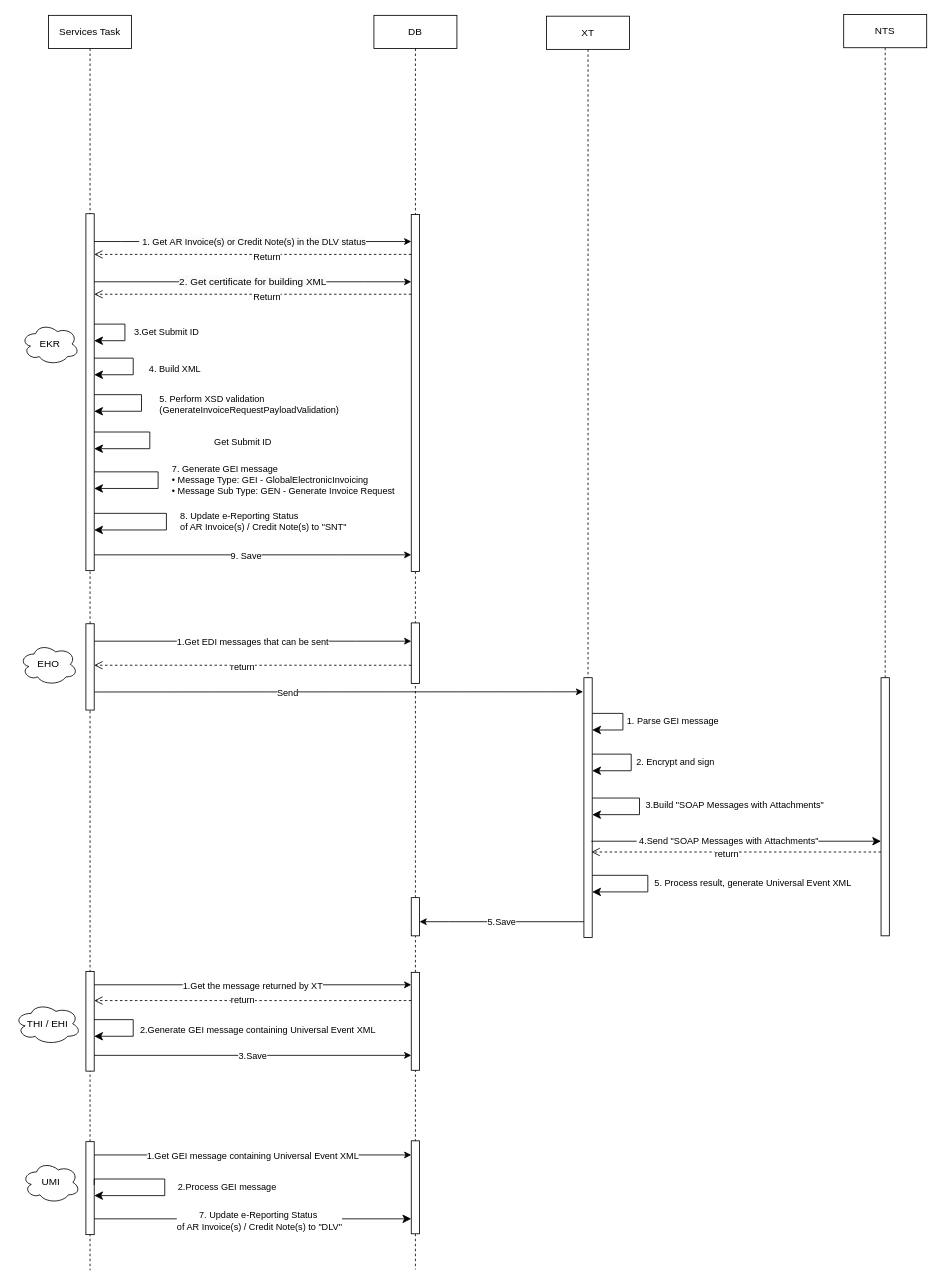
Above: Step2.drawio in JingwenLi/MyTestProjects (draw.io), before the change. Source tidied: cells renumbered, new cells numbered last; positions are measured from the earlier drawing's top-left corner, leaving out a move shared by most shapes. Both pictures are drawn from the tidied source at 83%, with x=0, y=0 at pixel (14, 14).
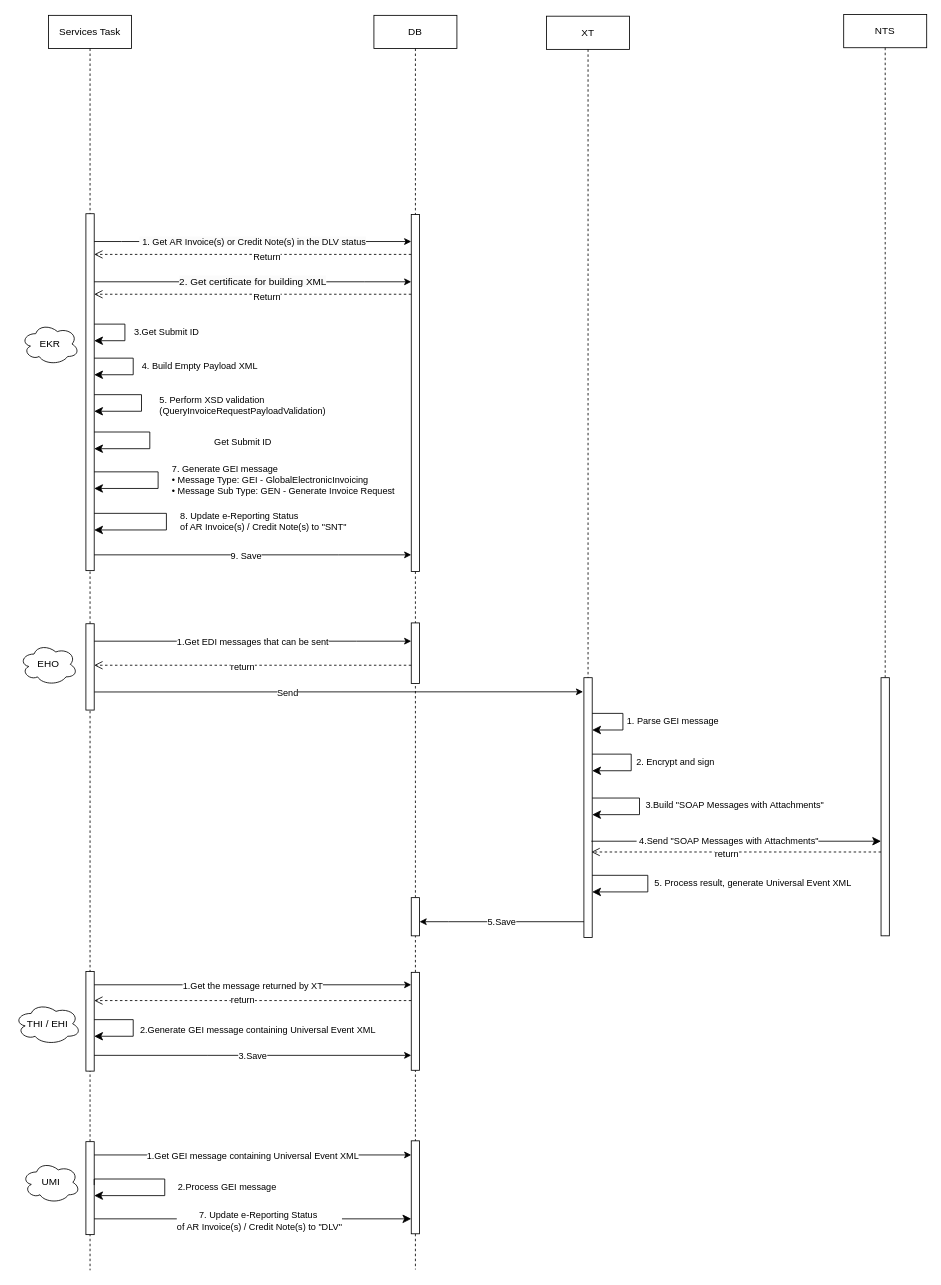
After the change.

Unchanged cells that the change refers to:
```xml
<mxCell id="4" value="Services Task" style="shape=umlLifeline;perimeter=lifelinePerimeter;whiteSpace=wrap;html=1;newEdgeStyle={&quot;edgeStyle&quot;:&quot;elbowEdgeStyle&quot;,&quot;elbow&quot;:&quot;vertical&quot;,&quot;curved&quot;:0,&quot;rounded&quot;:0};" parent="1" vertex="1">
  <mxGeometry x="41" y="1" width="100" height="1512" as="geometry" />
</mxCell>
```

Change to the diagram source:
```diff
@@
-    <mxCell id="9" value="4. Build&amp;nbsp;XML" style="edgeStyle=segmentEdgeStyle;endArrow=classic;html=1;curved=0;rounded=0;endSize=8;startSize=8;" parent="4" edge="1">
-      <mxGeometry x="0.05" y="50" relative="1" as="geometry">
+    <mxCell id="9" value="4. Build Empty Payload XML" style="edgeStyle=segmentEdgeStyle;endArrow=classic;html=1;curved=0;rounded=0;endSize=8;startSize=8;" parent="4" edge="1">
+      <mxGeometry x="-0.02" y="80" relative="1" as="geometry">
         <mxPoint x="55" y="413" as="sourcePoint" />
         <mxPoint x="55" y="433" as="targetPoint" />
         <Array as="points">
           <mxPoint x="102" y="413" />
           <mxPoint x="102" y="433" />
         </Array>
       </mxGeometry>
     </mxCell>
@@
-    <mxCell id="11" value="5. Perform XSD validation&lt;br&gt;(GenerateInvoiceRequestPayloadValidation)" style="edgeStyle=segmentEdgeStyle;endArrow=classic;html=1;curved=0;rounded=0;endSize=8;startSize=8;align=left;" parent="4" edge="1">
+    <mxCell id="11" value="5. Perform XSD validation&lt;br&gt;(QueryInvoiceRequestPayloadValidation)" style="edgeStyle=segmentEdgeStyle;endArrow=classic;html=1;curved=0;rounded=0;endSize=8;startSize=8;align=left;" parent="4" edge="1">
       <mxGeometry x="0.04" y="20" relative="1" as="geometry">
         <mxPoint x="55" y="457" as="sourcePoint" />
         <mxPoint x="55" y="477" as="targetPoint" />
         <Array as="points">
           <mxPoint x="112" y="457" />
           <mxPoint x="112" y="477" />
         </Array>
-        <mxPoint y="-1" as="offset" />
       </mxGeometry>
     </mxCell>
```
